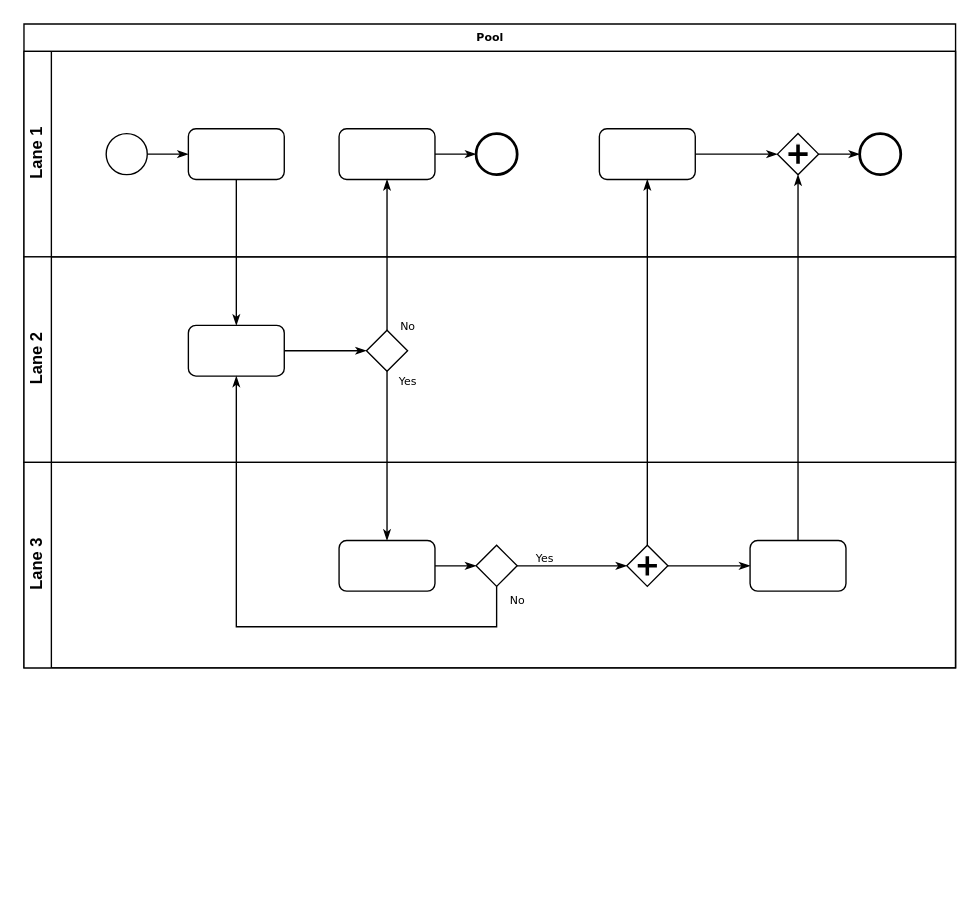
Earlier version of the draw.io diagram 未命名绘图.drawio (kzyudehao/test). Source tidied: cells renumbered, new cells numbered last; positions are measured from the earlier drawing's top-left corner, leaving out a move shared by most shapes. Both pictures are drawn from the tidied source at 137%, with x=0, y=0 at pixel (23, 23).
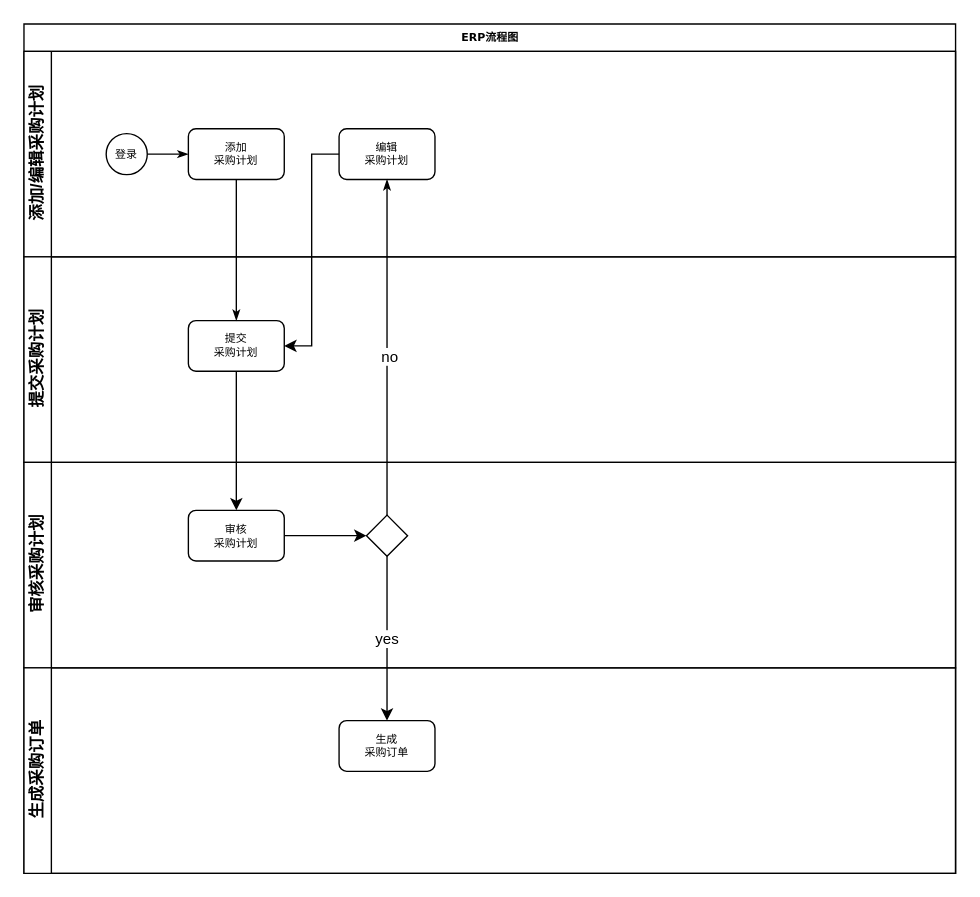
The same page after the edit.

Commit message:
更新未命名绘图.drawio

What changed in the source:
```diff
@@
-    <mxCell id="2" value="Pool" style="swimlane;html=1;horizontal=1;startSize=20;rounded=0;shadow=0;labelBackgroundColor=none;strokeWidth=1;fontFamily=Verdana;fontSize=8;align=center;" parent="1" vertex="1">
-      <mxGeometry width="680" height="470" as="geometry" />
+    <mxCell id="2" value="ERP流程图" style="swimlane;html=1;horizontal=1;startSize=20;rounded=0;shadow=0;labelBackgroundColor=none;strokeWidth=1;fontFamily=Verdana;fontSize=8;align=center;" parent="1" vertex="1">
+      <mxGeometry width="680" height="620" as="geometry" />
     </mxCell>
-    <mxCell id="3" value="Lane 1" style="swimlane;html=1;startSize=20;horizontal=0;" parent="2" vertex="1">
+    <mxCell id="3" value="添加/编辑采购计划" style="swimlane;html=1;startSize=20;horizontal=0;" parent="2" vertex="1">
       <mxGeometry y="20" width="680" height="150" as="geometry" />
     </mxCell>
@@
-    <mxCell id="5" style="ellipse;whiteSpace=wrap;html=1;rounded=0;shadow=0;labelBackgroundColor=none;strokeWidth=1;fontFamily=Verdana;fontSize=8;align=center;" parent="3" vertex="1">
+    <mxCell id="5" value="登录" style="ellipse;whiteSpace=wrap;html=1;rounded=0;shadow=0;labelBackgroundColor=none;strokeWidth=1;fontFamily=Verdana;fontSize=8;align=center;" parent="3" vertex="1">
       <mxGeometry x="60" y="60" width="30" height="30" as="geometry" />
     </mxCell>
-    <mxCell id="6" style="rounded=1;whiteSpace=wrap;html=1;shadow=0;labelBackgroundColor=none;strokeWidth=1;fontFamily=Verdana;fontSize=8;align=center;" parent="3" vertex="1">
+    <mxCell id="6" value="添加&lt;br&gt;采购计划" style="rounded=1;whiteSpace=wrap;html=1;shadow=0;labelBackgroundColor=none;strokeWidth=1;fontFamily=Verdana;fontSize=8;align=center;" parent="3" vertex="1">
       <mxGeometry x="120" y="56.5" width="70" height="37" as="geometry" />
     </mxCell>
-    <mxCell id="7" style="edgeStyle=orthogonalEdgeStyle;rounded=0;html=1;labelBackgroundColor=none;startArrow=none;startFill=0;startSize=5;endArrow=classicThin;endFill=1;endSize=5;jettySize=auto;strokeWidth=1;fontFamily=Verdana;fontSize=8;" parent="3" edge="1" source="8" target="9">
-      <mxGeometry relative="1" as="geometry" />
-    </mxCell>
-    <mxCell id="8" style="rounded=1;whiteSpace=wrap;html=1;shadow=0;labelBackgroundColor=none;strokeWidth=1;fontFamily=Verdana;fontSize=8;align=center;" parent="3" vertex="1">
+    <mxCell id="8" value="编辑&lt;br&gt;采购计划" style="rounded=1;whiteSpace=wrap;html=1;shadow=0;labelBackgroundColor=none;strokeWidth=1;fontFamily=Verdana;fontSize=8;align=center;" parent="3" vertex="1">
       <mxGeometry x="230" y="56.5" width="70" height="37" as="geometry" />
     </mxCell>
-    <mxCell id="9" style="ellipse;whiteSpace=wrap;html=1;rounded=0;shadow=0;labelBackgroundColor=none;strokeWidth=2;fontFamily=Verdana;fontSize=8;align=center;" parent="3" vertex="1">
-      <mxGeometry x="330" y="60" width="30" height="30" as="geometry" />
-    </mxCell>
-    <mxCell id="10" style="edgeStyle=orthogonalEdgeStyle;rounded=0;html=1;entryX=0;entryY=0.5;labelBackgroundColor=none;startArrow=none;startFill=0;startSize=5;endArrow=classicThin;endFill=1;endSize=5;jettySize=auto;strokeWidth=1;fontFamily=Verdana;fontSize=8;" parent="3" edge="1" source="11" target="13">
-      <mxGeometry relative="1" as="geometry" />
-    </mxCell>
-    <mxCell id="11" style="rounded=1;whiteSpace=wrap;html=1;shadow=0;labelBackgroundColor=none;strokeWidth=1;fontFamily=Verdana;fontSize=8;align=center;" parent="3" vertex="1">
-      <mxGeometry x="420" y="56.5" width="70" height="37" as="geometry" />
-    </mxCell>
-    <mxCell id="12" style="edgeStyle=orthogonalEdgeStyle;rounded=0;html=1;labelBackgroundColor=none;startArrow=none;startFill=0;startSize=5;endArrow=classicThin;endFill=1;endSize=5;jettySize=auto;strokeWidth=1;fontFamily=Verdana;fontSize=8;" parent="3" edge="1" source="13" target="14">
-      <mxGeometry relative="1" as="geometry" />
-    </mxCell>
-    <mxCell id="13" style="shape=mxgraph.bpmn.shape;html=1;verticalLabelPosition=bottom;labelBackgroundColor=#ffffff;verticalAlign=top;perimeter=rhombusPerimeter;background=gateway;outline=none;symbol=parallelGw;rounded=1;shadow=0;strokeWidth=1;fontFamily=Verdana;fontSize=8;align=center;" parent="3" vertex="1">
-      <mxGeometry x="550" y="60" width="30" height="30" as="geometry" />
-    </mxCell>
-    <mxCell id="14" style="ellipse;whiteSpace=wrap;html=1;rounded=0;shadow=0;labelBackgroundColor=none;strokeWidth=2;fontFamily=Verdana;fontSize=8;align=center;" parent="3" vertex="1">
-      <mxGeometry x="610" y="60" width="30" height="30" as="geometry" />
-    </mxCell>
-    <mxCell id="15" value="Lane 2" style="swimlane;html=1;startSize=20;horizontal=0;" parent="2" vertex="1">
+    <mxCell id="15" value="提交采购计划" style="swimlane;html=1;startSize=20;horizontal=0;" parent="2" vertex="1">
       <mxGeometry y="170" width="680" height="150" as="geometry" />
     </mxCell>
+    <mxCell id="33" value="提交&lt;br&gt;采购计划" style="rounded=1;whiteSpace=wrap;html=1;shadow=0;labelBackgroundColor=none;strokeWidth=1;fontFamily=Verdana;fontSize=8;align=center;" parent="15" vertex="1">
+      <mxGeometry x="120" y="46.5" width="70" height="37" as="geometry" />
+    </mxCell>
+    <mxCell id="19" value="审核采购计划" style="swimlane;html=1;startSize=20;horizontal=0;" parent="2" vertex="1">
+      <mxGeometry y="320" width="680" height="150" as="geometry" />
+    </mxCell>
-    <mxCell id="16" style="edgeStyle=orthogonalEdgeStyle;rounded=0;html=1;labelBackgroundColor=none;startArrow=none;startFill=0;startSize=5;endArrow=classicThin;endFill=1;endSize=5;jettySize=auto;strokeWidth=1;fontFamily=Verdana;fontSize=8;" parent="15" edge="1" source="17" target="18">
+    <mxCell id="16" style="edgeStyle=orthogonalEdgeStyle;rounded=0;jettySize=auto;html=1;exitX=1;exitY=0.5;exitDx=0;exitDy=0;entryX=0;entryY=0.5;entryDx=0;entryDy=0;entryPerimeter=0;" parent="19" edge="1" source="17" target="18">
       <mxGeometry relative="1" as="geometry" />
     </mxCell>
-    <mxCell id="17" style="rounded=1;whiteSpace=wrap;html=1;shadow=0;labelBackgroundColor=none;strokeWidth=1;fontFamily=Verdana;fontSize=8;align=center;" parent="15" vertex="1">
-      <mxGeometry x="120" y="50" width="70" height="37" as="geometry" />
+    <mxCell id="17" value="审核&lt;br&gt;采购计划" style="rounded=1;whiteSpace=wrap;html=1;shadow=0;labelBackgroundColor=none;strokeWidth=1;fontFamily=Verdana;fontSize=8;align=center;" parent="19" vertex="1">
+      <mxGeometry x="120" y="35" width="70" height="37" as="geometry" />
     </mxCell>
-    <mxCell id="18" style="strokeWidth=1;html=1;shape=mxgraph.flowchart.decision;whiteSpace=wrap;rounded=1;shadow=0;labelBackgroundColor=none;fontFamily=Verdana;fontSize=8;align=center;" parent="15" vertex="1">
-      <mxGeometry x="250" y="53.5" width="30" height="30" as="geometry" />
+    <mxCell id="18" style="strokeWidth=1;html=1;shape=mxgraph.flowchart.decision;whiteSpace=wrap;rounded=1;shadow=0;labelBackgroundColor=none;fontFamily=Verdana;fontSize=8;align=center;" parent="19" vertex="1">
+      <mxGeometry x="250" y="38.5" width="30" height="30" as="geometry" />
     </mxCell>
-    <mxCell id="19" value="Lane 3" style="swimlane;html=1;startSize=20;horizontal=0;" parent="2" vertex="1">
-      <mxGeometry y="320" width="680" height="150" as="geometry" />
-    </mxCell>
-    <mxCell id="20" style="edgeStyle=orthogonalEdgeStyle;rounded=0;html=1;labelBackgroundColor=none;startArrow=none;startFill=0;startSize=5;endArrow=classicThin;endFill=1;endSize=5;jettySize=auto;strokeWidth=1;fontFamily=Verdana;fontSize=8;" parent="19" edge="1" source="21" target="23">
-      <mxGeometry relative="1" as="geometry" />
-    </mxCell>
-    <mxCell id="21" style="rounded=1;whiteSpace=wrap;html=1;shadow=0;labelBackgroundColor=none;strokeWidth=1;fontFamily=Verdana;fontSize=8;align=center;" parent="19" vertex="1">
-      <mxGeometry x="230" y="57" width="70" height="37" as="geometry" />
-    </mxCell>
-    <mxCell id="22" value="Yes" style="edgeStyle=orthogonalEdgeStyle;rounded=0;html=1;entryX=0;entryY=0.5;labelBackgroundColor=none;startArrow=none;startFill=0;startSize=5;endArrow=classicThin;endFill=1;endSize=5;jettySize=auto;strokeWidth=1;fontFamily=Verdana;fontSize=8;" parent="19" edge="1" source="23" target="25">
-      <mxGeometry x="-0.5" y="6" relative="1" as="geometry" />
-    </mxCell>
-    <mxCell id="23" style="strokeWidth=1;html=1;shape=mxgraph.flowchart.decision;whiteSpace=wrap;rounded=1;shadow=0;labelBackgroundColor=none;fontFamily=Verdana;fontSize=8;align=center;" parent="19" vertex="1">
-      <mxGeometry x="330" y="60.5" width="30" height="30" as="geometry" />
-    </mxCell>
-    <mxCell id="24" style="edgeStyle=orthogonalEdgeStyle;rounded=0;html=1;labelBackgroundColor=none;startArrow=none;startFill=0;startSize=5;endArrow=classicThin;endFill=1;endSize=5;jettySize=auto;strokeColor=#000000;strokeWidth=1;fontFamily=Verdana;fontSize=8;fontColor=#000000;" parent="19" edge="1" source="25" target="26">
-      <mxGeometry relative="1" as="geometry" />
-    </mxCell>
-    <mxCell id="25" style="shape=mxgraph.bpmn.shape;html=1;verticalLabelPosition=bottom;labelBackgroundColor=#ffffff;verticalAlign=top;perimeter=rhombusPerimeter;background=gateway;outline=none;symbol=parallelGw;rounded=1;shadow=0;strokeWidth=1;fontFamily=Verdana;fontSize=8;align=center;" parent="19" vertex="1">
-      <mxGeometry x="440" y="60.5" width="30" height="30" as="geometry" />
-    </mxCell>
-    <mxCell id="26" style="rounded=1;whiteSpace=wrap;html=1;shadow=0;labelBackgroundColor=none;strokeWidth=1;fontFamily=Verdana;fontSize=8;align=center;" parent="19" vertex="1">
-      <mxGeometry x="530" y="57" width="70" height="37" as="geometry" />
-    </mxCell>
+    <mxCell id="34" value="生成采购订单" style="swimlane;html=1;startSize=20;horizontal=0;" parent="2" vertex="1">
+      <mxGeometry y="470" width="680" height="150" as="geometry" />
+    </mxCell>
+    <mxCell id="35" value="生成&lt;br&gt;采购订单" style="rounded=1;whiteSpace=wrap;html=1;shadow=0;labelBackgroundColor=none;strokeWidth=1;fontFamily=Verdana;fontSize=8;align=center;" parent="34" vertex="1">
+      <mxGeometry x="230" y="38.5" width="70" height="37" as="geometry" />
+    </mxCell>
-    <mxCell id="27" style="edgeStyle=orthogonalEdgeStyle;rounded=0;html=1;labelBackgroundColor=none;startArrow=none;startFill=0;startSize=5;endArrow=classicThin;endFill=1;endSize=5;jettySize=auto;strokeWidth=1;fontFamily=Verdana;fontSize=8;" parent="2" edge="1" source="6" target="17">
+    <mxCell id="27" style="edgeStyle=orthogonalEdgeStyle;rounded=0;html=1;labelBackgroundColor=none;startArrow=none;startFill=0;startSize=5;endArrow=classicThin;endFill=1;endSize=5;jettySize=auto;strokeWidth=1;fontFamily=Verdana;fontSize=8;entryX=0.5;entryY=0;entryDx=0;entryDy=0;" parent="2" edge="1" source="6" target="33">
       <mxGeometry relative="1" as="geometry" />
     </mxCell>
-    <mxCell id="28" value="No" style="edgeStyle=orthogonalEdgeStyle;rounded=0;html=1;labelBackgroundColor=none;startArrow=none;startFill=0;startSize=5;endArrow=classicThin;endFill=1;endSize=5;jettySize=auto;strokeWidth=1;fontFamily=Verdana;fontSize=8;" parent="2" edge="1" source="18" target="8">
+    <mxCell id="28" style="edgeStyle=orthogonalEdgeStyle;rounded=0;html=1;labelBackgroundColor=none;startArrow=none;startFill=0;startSize=5;endArrow=classicThin;endFill=1;endSize=5;jettySize=auto;strokeWidth=1;fontFamily=Verdana;fontSize=8;" parent="2" edge="1" source="18" target="8">
       <mxGeometry x="-0.94" y="-15" relative="1" as="geometry" />
     </mxCell>
-    <mxCell id="29" value="Yes" style="edgeStyle=orthogonalEdgeStyle;rounded=0;html=1;labelBackgroundColor=none;startArrow=none;startFill=0;startSize=5;endArrow=classicThin;endFill=1;endSize=5;jettySize=auto;strokeWidth=1;fontFamily=Verdana;fontSize=8;" parent="2" edge="1" source="18" target="21">
-      <mxGeometry x="-0.89" y="15" relative="1" as="geometry" />
-    </mxCell>
-    <mxCell id="30" style="edgeStyle=orthogonalEdgeStyle;rounded=0;html=1;entryX=0.5;entryY=1;labelBackgroundColor=none;startArrow=none;startFill=0;startSize=5;endArrow=classicThin;endFill=1;endSize=5;jettySize=auto;strokeWidth=1;fontFamily=Verdana;fontSize=8;" parent="2" edge="1" source="26" target="13">
-      <mxGeometry relative="1" as="geometry" />
-    </mxCell>
-    <mxCell id="31" value="No" style="edgeStyle=orthogonalEdgeStyle;rounded=0;html=1;labelBackgroundColor=none;startArrow=none;startFill=0;startSize=5;endArrow=classicThin;endFill=1;endSize=5;jettySize=auto;strokeWidth=1;fontFamily=Verdana;fontSize=8;" parent="2" edge="1" source="23" target="17">
-      <mxGeometry x="-0.95" y="15" relative="1" as="geometry">
-        <Array as="points">
-          <mxPoint x="345" y="440" />
-          <mxPoint x="155" y="440" />
-        </Array>
-      </mxGeometry>
-    </mxCell>
-    <mxCell id="32" style="edgeStyle=orthogonalEdgeStyle;rounded=0;html=1;labelBackgroundColor=none;startArrow=none;startFill=0;startSize=5;endArrow=classicThin;endFill=1;endSize=5;jettySize=auto;strokeWidth=1;fontFamily=Verdana;fontSize=8;" parent="2" edge="1" source="25" target="11">
-      <mxGeometry relative="1" as="geometry" />
-    </mxCell>
+    <mxCell id="36" value="no" style="edgeLabel;html=1;align=center;verticalAlign=middle;" parent="28" vertex="1">
+      <mxGeometry x="-0.05" y="-1" relative="1" as="geometry" />
+    </mxCell>
+    <mxCell id="37" style="edgeStyle=orthogonalEdgeStyle;rounded=0;jettySize=auto;html=1;exitX=0;exitY=0.5;exitDx=0;exitDy=0;entryX=1;entryY=0.5;entryDx=0;entryDy=0;" parent="2" edge="1" source="8" target="33">
+      <mxGeometry relative="1" as="geometry" />
+    </mxCell>
+    <mxCell id="38" style="edgeStyle=orthogonalEdgeStyle;rounded=0;jettySize=auto;html=1;exitX=0.5;exitY=1;exitDx=0;exitDy=0;entryX=0.5;entryY=0;entryDx=0;entryDy=0;" parent="2" edge="1" source="33" target="17">
+      <mxGeometry relative="1" as="geometry" />
+    </mxCell>
+    <mxCell id="39" value="yes" style="edgeStyle=orthogonalEdgeStyle;rounded=0;jettySize=auto;html=1;exitX=0.5;exitY=1;exitDx=0;exitDy=0;exitPerimeter=0;entryX=0.5;entryY=0;entryDx=0;entryDy=0;" parent="2" edge="1" source="18" target="35">
+      <mxGeometry relative="1" as="geometry" />
+    </mxCell>
```
